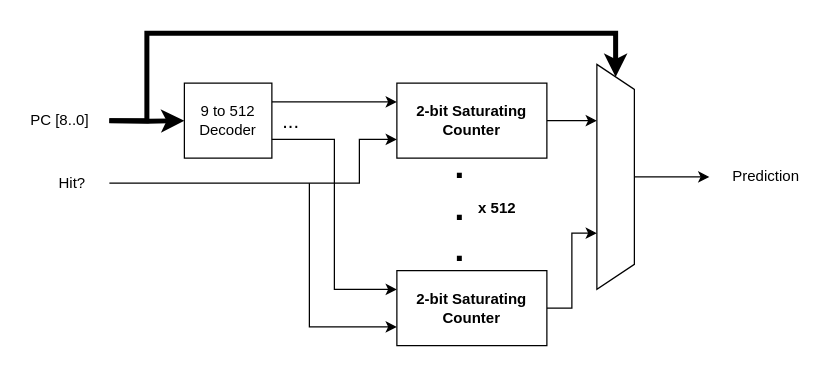
hohaicongthuan/RV64IF keeps this draw.io diagram as page "bimodal predictor" (4 of 9) of Diagrams/RV64IF_official.drawio. Above is the earlier version. Source tidied: cells renumbered, new cells numbered last; positions are measured from the earlier drawing's top-left corner, leaving out a move shared by most shapes. Both pictures are drawn from the tidied source at 125%, with x=0, y=0 at pixel (21, 32).
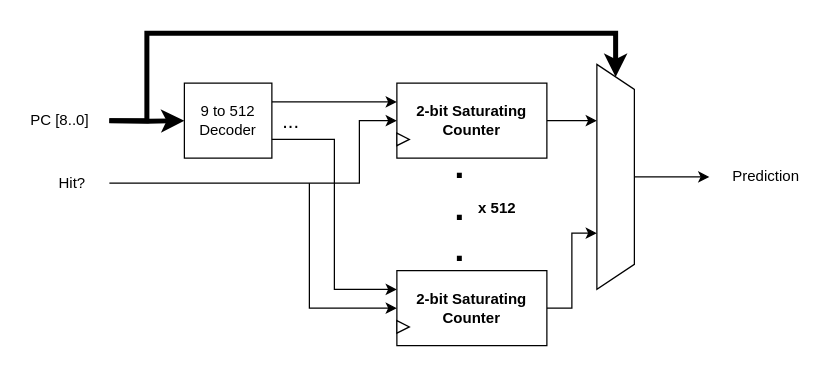
The same diagram, later.

Unchanged cells that the change refers to:
```xml
<mxCell id="3" value="&lt;b&gt;2-bit Saturating Counter&lt;/b&gt;" style="rounded=0;whiteSpace=wrap;html=1;" parent="1" vertex="1">
  <mxGeometry x="300" y="40" width="120" height="60" as="geometry" />
</mxCell>
<mxCell id="17" value="&lt;b&gt;2-bit Saturating Counter&lt;/b&gt;" style="rounded=0;whiteSpace=wrap;html=1;" parent="1" vertex="1">
  <mxGeometry x="300" y="190" width="120" height="60" as="geometry" />
</mxCell>
```

The edit, as a diff of the source:
```diff
@@
-    <mxCell id="13" style="endArrow=classic;html=1;rounded=0;strokeWidth=1;entryX=0;entryY=0.75;entryDx=0;entryDy=0;" parent="1" edge="1" target="3">
+    <mxCell id="13" style="endArrow=classic;html=1;rounded=0;strokeWidth=1;entryX=0;entryY=0.5;entryDx=0;entryDy=0;" parent="1" edge="1" target="3">
       <mxGeometry relative="1" as="geometry">
         <mxPoint x="70" y="120" as="sourcePoint" />
         <Array as="points">
           <mxPoint x="270" y="120" />
-          <mxPoint x="270" y="85" />
+          <mxPoint x="270" y="70" />
         </Array>
       </mxGeometry>
     </mxCell>
@@
-    <mxCell id="16" style="edgeStyle=orthogonalEdgeStyle;rounded=0;jettySize=auto;html=1;exitX=0;exitY=0.75;exitDx=0;exitDy=0;strokeWidth=1;entryX=0;entryY=0.75;entryDx=0;entryDy=0;" parent="1" edge="1" target="17">
+    <mxCell id="16" style="edgeStyle=orthogonalEdgeStyle;rounded=0;jettySize=auto;html=1;exitX=0;exitY=0.75;exitDx=0;exitDy=0;strokeWidth=1;entryX=0;entryY=0.5;entryDx=0;entryDy=0;" parent="1" edge="1" target="17">
       <mxGeometry relative="1" as="geometry">
         <mxPoint x="230" y="120" as="sourcePoint" />
         <Array as="points">
-          <mxPoint x="230" y="235" />
+          <mxPoint x="230" y="220" />
         </Array>
       </mxGeometry>
     </mxCell>
@@
+    <mxCell id="21" style="triangle;whiteSpace=wrap;html=1;" parent="1" vertex="1">
+      <mxGeometry x="300" y="230" width="10" height="10" as="geometry" />
+    </mxCell>
+    <mxCell id="22" style="triangle;whiteSpace=wrap;html=1;" parent="1" vertex="1">
+      <mxGeometry x="300" y="80" width="10" height="10" as="geometry" />
+    </mxCell>
```
